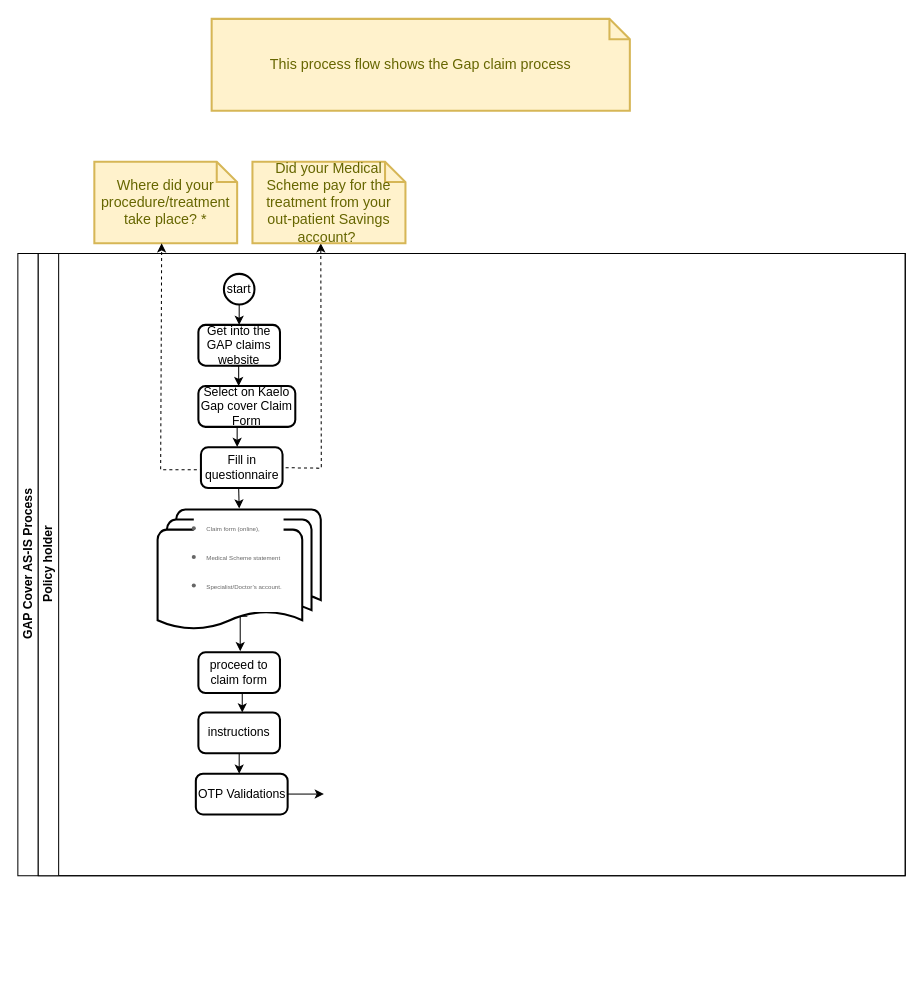
Before: GAPCover.drawio in TJ-Kwetsane1993/Thato, a draw.io diagram. Source tidied: cells renumbered, new cells numbered last; positions are measured from the earlier drawing's top-left corner, leaving out a move shared by most shapes. Both pictures are drawn from the tidied source at 102%, with x=0, y=0 at pixel (17, 18).
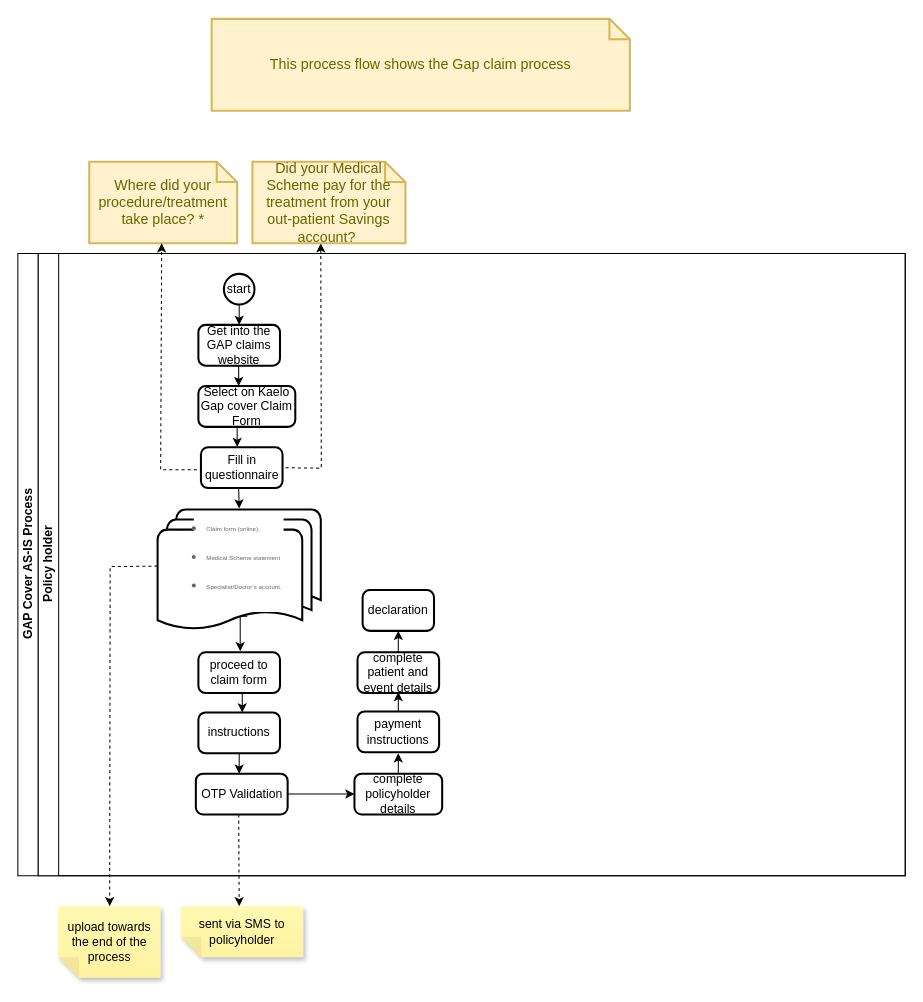
The same page after the edit.

The change refers to these unchanged cells:
```xml
<mxCell id="3" value="Policy holder" style="swimlane;html=1;startSize=20;horizontal=0;" parent="2" vertex="1">
  <mxGeometry x="20" width="850" height="610" as="geometry" />
</mxCell>
```

Change to the diagram source:
```diff
@@
+    <mxCell id="25" style="edgeStyle=orthogonalEdgeStyle;rounded=0;orthogonalLoop=1;jettySize=auto;html=1;exitX=0;exitY=0.5;exitDx=0;exitDy=0;exitPerimeter=0;dashed=1;" parent="3" edge="1">
+      <mxGeometry relative="1" as="geometry">
+        <mxPoint x="117" y="306.5" as="sourcePoint" />
+        <mxPoint x="70" y="640" as="targetPoint" />
+      </mxGeometry>
+    </mxCell>
@@
-    <mxCell id="19" style="edgeStyle=orthogonalEdgeStyle;rounded=0;jettySize=auto;html=1;exitX=1;exitY=0.5;exitDx=0;exitDy=0;" parent="3" edge="1" source="20">
-      <mxGeometry relative="1" as="geometry">
-        <mxPoint x="280" y="530" as="targetPoint" />
-      </mxGeometry>
+    <mxCell id="19" style="edgeStyle=orthogonalEdgeStyle;rounded=0;jettySize=auto;html=1;exitX=1;exitY=0.5;exitDx=0;exitDy=0;entryX=0;entryY=0.5;entryDx=0;entryDy=0;" parent="3" edge="1" source="20" target="28">
+      <mxGeometry relative="1" as="geometry" />
     </mxCell>
-    <mxCell id="20" value="OTP Validations" style="rounded=1;whiteSpace=wrap;html=1;absoluteArcSize=1;arcSize=14;strokeWidth=2;" parent="3" vertex="1">
+    <mxCell id="20" value="OTP Validation" style="rounded=1;whiteSpace=wrap;html=1;absoluteArcSize=1;arcSize=14;strokeWidth=2;" parent="3" vertex="1">
       <mxGeometry x="154.5" y="510" width="90" height="40" as="geometry" />
     </mxCell>
+    <mxCell id="26" style="endArrow=classic;html=1;fontColor=#FF3333;rounded=0;dashed=1;" parent="3" edge="1">
+      <mxGeometry relative="1" as="geometry">
+        <mxPoint x="196.5" y="550" as="sourcePoint" />
+        <mxPoint x="197" y="640" as="targetPoint" />
+      </mxGeometry>
+    </mxCell>
+    <mxCell id="27" style="edgeStyle=orthogonalEdgeStyle;rounded=0;jettySize=auto;html=1;exitX=0.5;exitY=0;exitDx=0;exitDy=0;" parent="3" edge="1" source="28">
+      <mxGeometry relative="1" as="geometry">
+        <mxPoint x="353" y="490" as="targetPoint" />
+      </mxGeometry>
+    </mxCell>
+    <mxCell id="28" value="complete policyholder details" style="rounded=1;whiteSpace=wrap;html=1;absoluteArcSize=1;arcSize=14;strokeWidth=2;" parent="3" vertex="1">
+      <mxGeometry x="310" y="510" width="86" height="40" as="geometry" />
+    </mxCell>
+    <mxCell id="29" style="edgeStyle=orthogonalEdgeStyle;rounded=0;jettySize=auto;html=1;exitX=0.5;exitY=0;exitDx=0;exitDy=0;" parent="3" edge="1" source="30">
+      <mxGeometry relative="1" as="geometry">
+        <mxPoint x="353" y="430" as="targetPoint" />
+      </mxGeometry>
+    </mxCell>
+    <mxCell id="30" value="payment instructions" style="rounded=1;whiteSpace=wrap;html=1;absoluteArcSize=1;arcSize=14;strokeWidth=2;" parent="3" vertex="1">
+      <mxGeometry x="313" y="449" width="80" height="40" as="geometry" />
+    </mxCell>
+    <mxCell id="31" style="edgeStyle=orthogonalEdgeStyle;rounded=0;jettySize=auto;html=1;exitX=0.5;exitY=0;exitDx=0;exitDy=0;" parent="3" edge="1" source="32">
+      <mxGeometry relative="1" as="geometry">
+        <mxPoint x="353" y="370" as="targetPoint" />
+      </mxGeometry>
+    </mxCell>
+    <mxCell id="32" value="complete patient and event details" style="rounded=1;whiteSpace=wrap;html=1;absoluteArcSize=1;arcSize=14;strokeWidth=2;" parent="3" vertex="1">
+      <mxGeometry x="313" y="391" width="80" height="40" as="geometry" />
+    </mxCell>
+    <mxCell id="33" value="declaration" style="rounded=1;whiteSpace=wrap;html=1;absoluteArcSize=1;arcSize=14;strokeWidth=2;" parent="3" vertex="1">
+      <mxGeometry x="318" y="330" width="70" height="40" as="geometry" />
+    </mxCell>
@@
     <mxCell id="22" value="Where did your procedure/treatment take place? *" style="shape=note;strokeWidth=2;fontSize=14;size=20;whiteSpace=wrap;html=1;fillColor=#fff2cc;strokeColor=#d6b656;fontColor=#666600;" parent="1" vertex="1">
-      <mxGeometry x="75" y="140" width="140" height="80" as="geometry" />
+      <mxGeometry x="70" y="140" width="145" height="80" as="geometry" />
     </mxCell>
@@
+    <mxCell id="34" value="sent via SMS to policyholder" style="shape=note;whiteSpace=wrap;html=1;backgroundOutline=1;fontColor=#000000;darkOpacity=0.05;fillColor=#FFF9B2;strokeColor=none;fillStyle=solid;direction=west;gradientDirection=north;gradientColor=#FFF2A1;shadow=1;size=20;" parent="1" vertex="1">
+      <mxGeometry x="160" y="870" width="120" height="50" as="geometry" />
+    </mxCell>
+    <mxCell id="35" value="upload towards the end of the process" style="shape=note;whiteSpace=wrap;html=1;backgroundOutline=1;fontColor=#000000;darkOpacity=0.05;fillColor=#FFF9B2;strokeColor=none;fillStyle=solid;direction=west;gradientDirection=north;gradientColor=#FFF2A1;shadow=1;size=20;" parent="1" vertex="1">
+      <mxGeometry x="40" y="870" width="100" height="70" as="geometry" />
+    </mxCell>
```
